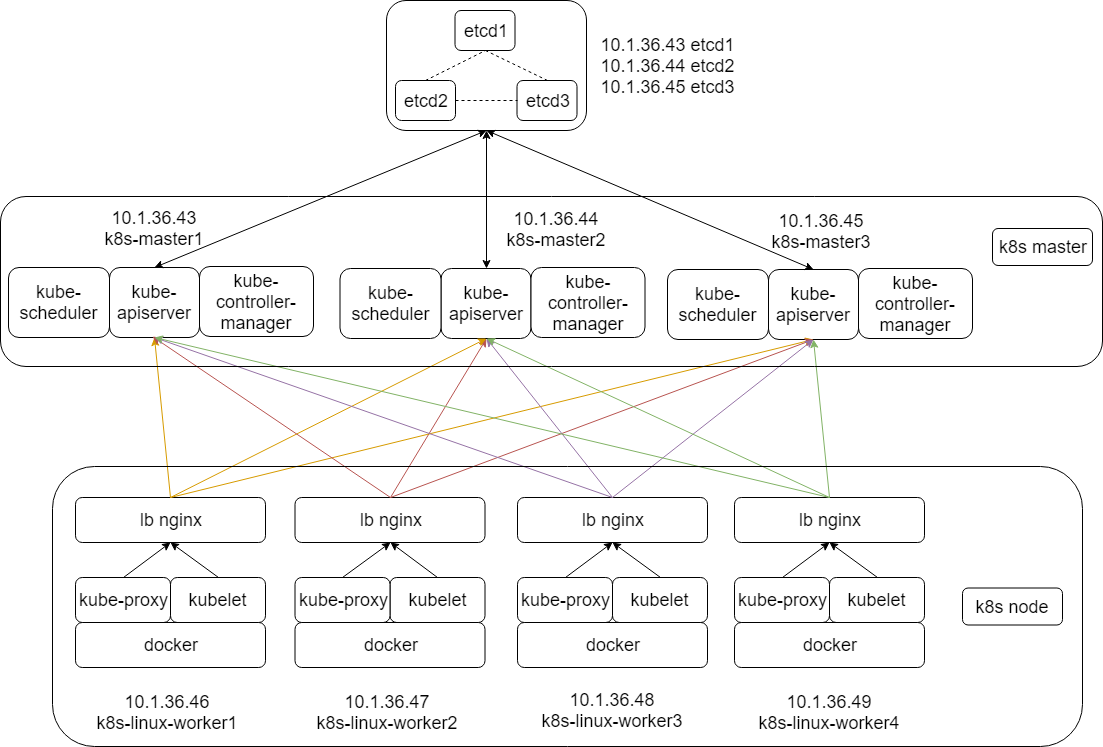
This is images/architecture.png from lanzhiwang/k8s, a draw.io export, as it was before one commit. Source tidied: cells renumbered, new cells last; positions are measured from the earlier drawing's top-left corner, leaving out a move shared by most shapes.
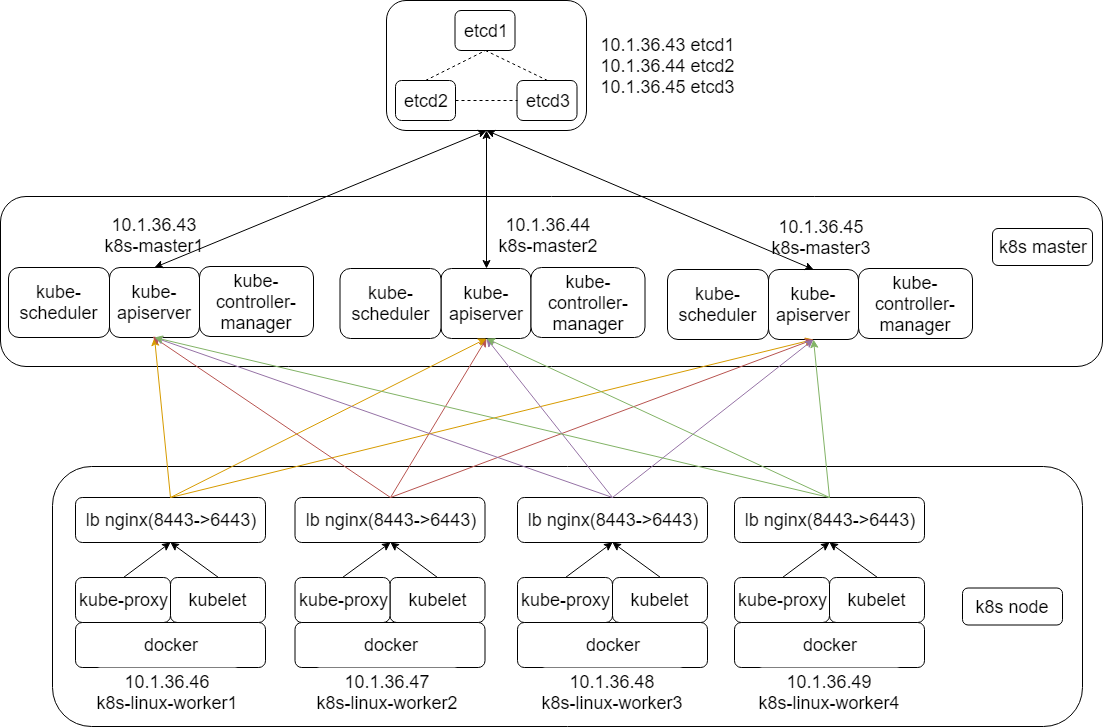
After the commit.

Commit message:
修改架构图

What changed in the source:
```diff
@@ -2,6 +2,12 @@
   <root>
     <mxCell id="0" />
     <mxCell id="1" parent="0" />
+    <mxCell id="67" style="rounded=1;whiteSpace=wrap;html=1;fillColor=#ffffff;" parent="1" vertex="1">
+      <mxGeometry y="196" width="1102" height="170" as="geometry" />
+    </mxCell>
+    <mxCell id="68" style="rounded=1;whiteSpace=wrap;html=1;fillColor=#ffffff;" parent="1" vertex="1">
+      <mxGeometry x="52" y="466" width="1030" height="260" as="geometry" />
+    </mxCell>
     <mxCell id="2" style="rounded=1;whiteSpace=wrap;html=1;" parent="1" vertex="1">
       <mxGeometry x="386" width="200" height="130" as="geometry" />
     </mxCell>
@@ -15,10 +21,10 @@
       <mxGeometry x="75" y="622" width="190" height="45" as="geometry" />
     </mxCell>
     <mxCell id="6" value="&lt;font style=&quot;font-size: 18px&quot;&gt;10.1.36.43&lt;br&gt;k8s-master1&lt;/font&gt;" style="rounded=1;whiteSpace=wrap;html=1;strokeColor=none;" parent="1" vertex="1">
-      <mxGeometry x="98" y="203" width="112" height="50" as="geometry" />
+      <mxGeometry x="98" y="210" width="112" height="50" as="geometry" />
     </mxCell>
     <mxCell id="7" value="&lt;font style=&quot;font-size: 18px&quot;&gt;10.1.36.46&lt;br&gt;k8s-linux-worker1&lt;/font&gt;" style="rounded=1;whiteSpace=wrap;html=1;strokeColor=none;" parent="1" vertex="1">
-      <mxGeometry x="92" y="687" width="150" height="50" as="geometry" />
+      <mxGeometry x="92" y="667" width="150" height="50" as="geometry" />
     </mxCell>
     <mxCell id="8" value="&lt;div&gt;&lt;font style=&quot;font-size: 18px&quot;&gt;kube-apiserver&lt;/font&gt;&lt;br&gt;&lt;/div&gt;" style="rounded=1;whiteSpace=wrap;html=1;" parent="1" vertex="1">
       <mxGeometry x="109" y="267" width="90" height="70" as="geometry" />
@@ -47,7 +53,7 @@
     <mxCell id="16" value="&lt;font style=&quot;font-size: 18px&quot;&gt;kube-scheduler&lt;/font&gt;" style="rounded=1;whiteSpace=wrap;html=1;" parent="1" vertex="1">
       <mxGeometry x="667" y="269" width="101" height="70" as="geometry" />
     </mxCell>
-    <mxCell id="17" value="&lt;font style=&quot;font-size: 18px&quot;&gt;lb nginx&lt;/font&gt;" style="rounded=1;whiteSpace=wrap;html=1;" parent="1" vertex="1">
+    <mxCell id="17" value="&lt;font style=&quot;font-size: 18px&quot;&gt;lb nginx(8443-&amp;gt;6443)&lt;/font&gt;" style="rounded=1;whiteSpace=wrap;html=1;" parent="1" vertex="1">
       <mxGeometry x="75" y="497" width="190" height="45" as="geometry" />
     </mxCell>
     <mxCell id="18" value="&lt;font style=&quot;font-size: 18px&quot;&gt;etcd1&lt;/font&gt;" style="rounded=1;whiteSpace=wrap;html=1;" parent="1" vertex="1">
@@ -83,7 +89,7 @@
     <mxCell id="28" value="&lt;font style=&quot;font-size: 18px&quot;&gt;docker&lt;/font&gt;" style="rounded=1;whiteSpace=wrap;html=1;" parent="1" vertex="1">
       <mxGeometry x="294.5" y="622" width="190" height="45" as="geometry" />
     </mxCell>
-    <mxCell id="29" value="&lt;font style=&quot;font-size: 18px&quot;&gt;lb nginx&lt;/font&gt;" style="rounded=1;whiteSpace=wrap;html=1;" parent="1" vertex="1">
+    <mxCell id="29" value="&lt;span&gt;&lt;font style=&quot;font-size: 18px&quot;&gt;lb nginx(8443-&amp;gt;6443)&lt;/font&gt;&lt;/span&gt;&lt;br&gt;" style="rounded=1;whiteSpace=wrap;html=1;" parent="1" vertex="1">
       <mxGeometry x="294.5" y="497" width="190" height="45" as="geometry" />
     </mxCell>
     <mxCell id="30" style="endArrow=classic;html=1;exitX=0.5;exitY=0;exitDx=0;exitDy=0;entryX=0.5;entryY=1;entryDx=0;entryDy=0;" parent="1" edge="1" source="27" target="29">
@@ -101,7 +107,7 @@
     <mxCell id="34" value="&lt;font style=&quot;font-size: 18px&quot;&gt;docker&lt;/font&gt;" style="rounded=1;whiteSpace=wrap;html=1;" parent="1" vertex="1">
       <mxGeometry x="517" y="622" width="190" height="45" as="geometry" />
     </mxCell>
-    <mxCell id="35" value="&lt;font style=&quot;font-size: 18px&quot;&gt;lb nginx&lt;/font&gt;" style="rounded=1;whiteSpace=wrap;html=1;" parent="1" vertex="1">
+    <mxCell id="35" value="&lt;span&gt;&lt;font style=&quot;font-size: 18px&quot;&gt;lb nginx(8443-&amp;gt;6443)&lt;/font&gt;&lt;/span&gt;&lt;br&gt;" style="rounded=1;whiteSpace=wrap;html=1;" parent="1" vertex="1">
       <mxGeometry x="517" y="497" width="190" height="45" as="geometry" />
     </mxCell>
     <mxCell id="36" style="endArrow=classic;html=1;exitX=0.5;exitY=0;exitDx=0;exitDy=0;entryX=0.5;entryY=1;entryDx=0;entryDy=0;" parent="1" edge="1" source="33" target="35">
@@ -119,7 +125,7 @@
     <mxCell id="40" value="&lt;font style=&quot;font-size: 18px&quot;&gt;docker&lt;/font&gt;" style="rounded=1;whiteSpace=wrap;html=1;" parent="1" vertex="1">
       <mxGeometry x="734" y="622" width="190" height="45" as="geometry" />
     </mxCell>
-    <mxCell id="41" value="&lt;font style=&quot;font-size: 18px&quot;&gt;lb nginx&lt;/font&gt;" style="rounded=1;whiteSpace=wrap;html=1;" parent="1" vertex="1">
+    <mxCell id="41" value="&lt;span&gt;&lt;font style=&quot;font-size: 18px&quot;&gt;lb nginx(8443-&amp;gt;6443)&lt;/font&gt;&lt;/span&gt;&lt;br&gt;" style="rounded=1;whiteSpace=wrap;html=1;" parent="1" vertex="1">
       <mxGeometry x="734" y="497" width="190" height="45" as="geometry" />
     </mxCell>
     <mxCell id="42" style="endArrow=classic;html=1;exitX=0.5;exitY=0;exitDx=0;exitDy=0;entryX=0.5;entryY=1;entryDx=0;entryDy=0;" parent="1" edge="1" source="39" target="41">
@@ -176,19 +182,19 @@
       <mxGeometry relative="1" as="geometry" />
     </mxCell>
     <mxCell id="59" value="&lt;font style=&quot;font-size: 18px&quot;&gt;10.1.36.44&lt;br&gt;k8s-master2&lt;/font&gt;" style="rounded=1;whiteSpace=wrap;html=1;strokeColor=none;" parent="1" vertex="1">
-      <mxGeometry x="500" y="204" width="112" height="50" as="geometry" />
+      <mxGeometry x="492" y="210" width="112" height="50" as="geometry" />
     </mxCell>
     <mxCell id="60" value="&lt;font style=&quot;font-size: 18px&quot;&gt;10.1.36.45&lt;br&gt;k8s-master3&lt;/font&gt;" style="rounded=1;whiteSpace=wrap;html=1;fillColor=none;strokeColor=none;" parent="1" vertex="1">
-      <mxGeometry x="764.5" y="206" width="112" height="50" as="geometry" />
+      <mxGeometry x="764.5" y="212" width="112" height="50" as="geometry" />
     </mxCell>
     <mxCell id="61" value="&lt;font style=&quot;font-size: 18px&quot;&gt;10.1.36.47&lt;br&gt;k8s-linux-worker2&lt;/font&gt;" style="rounded=1;whiteSpace=wrap;html=1;strokeColor=none;" parent="1" vertex="1">
-      <mxGeometry x="311.5" y="687" width="150" height="50" as="geometry" />
+      <mxGeometry x="311.5" y="667" width="150" height="50" as="geometry" />
     </mxCell>
     <mxCell id="62" value="&lt;font style=&quot;font-size: 18px&quot;&gt;10.1.36.48&lt;br&gt;k8s-linux-worker3&lt;/font&gt;" style="rounded=1;whiteSpace=wrap;html=1;strokeColor=none;" parent="1" vertex="1">
-      <mxGeometry x="537" y="685" width="150" height="50" as="geometry" />
+      <mxGeometry x="537" y="667" width="150" height="50" as="geometry" />
     </mxCell>
     <mxCell id="63" value="&lt;font style=&quot;font-size: 18px&quot;&gt;10.1.36.49&lt;br&gt;k8s-linux-worker4&lt;/font&gt;" style="rounded=1;whiteSpace=wrap;html=1;strokeColor=none;" parent="1" vertex="1">
-      <mxGeometry x="754" y="687" width="150" height="50" as="geometry" />
+      <mxGeometry x="754" y="667" width="150" height="50" as="geometry" />
     </mxCell>
     <mxCell id="64" value="&lt;font style=&quot;font-size: 18px&quot;&gt;10.1.36.43 etcd1&lt;br&gt;10.1.36.44 etcd2&lt;br&gt;10.1.36.45 etcd3&lt;/font&gt;" style="rounded=1;whiteSpace=wrap;html=1;fillColor=none;strokeColor=none;arcSize=23;" parent="1" vertex="1">
       <mxGeometry x="593" y="30" width="149" height="70" as="geometry" />
@@ -199,11 +205,5 @@
     <mxCell id="66" value="&lt;font style=&quot;font-size: 18px&quot;&gt;k8s node&lt;/font&gt;" style="rounded=1;whiteSpace=wrap;html=1;fillColor=none;" parent="1" vertex="1">
       <mxGeometry x="962" y="587.5" width="100" height="37" as="geometry" />
     </mxCell>
-    <mxCell id="67" style="rounded=1;whiteSpace=wrap;html=1;fillColor=none;" parent="1" vertex="1">
-      <mxGeometry y="196" width="1102" height="170" as="geometry" />
-    </mxCell>
-    <mxCell id="68" style="rounded=1;whiteSpace=wrap;html=1;fillColor=none;" parent="1" vertex="1">
-      <mxGeometry x="52" y="466" width="1030" height="280" as="geometry" />
-    </mxCell>
   </root>
 </mxGraphModel>
```
